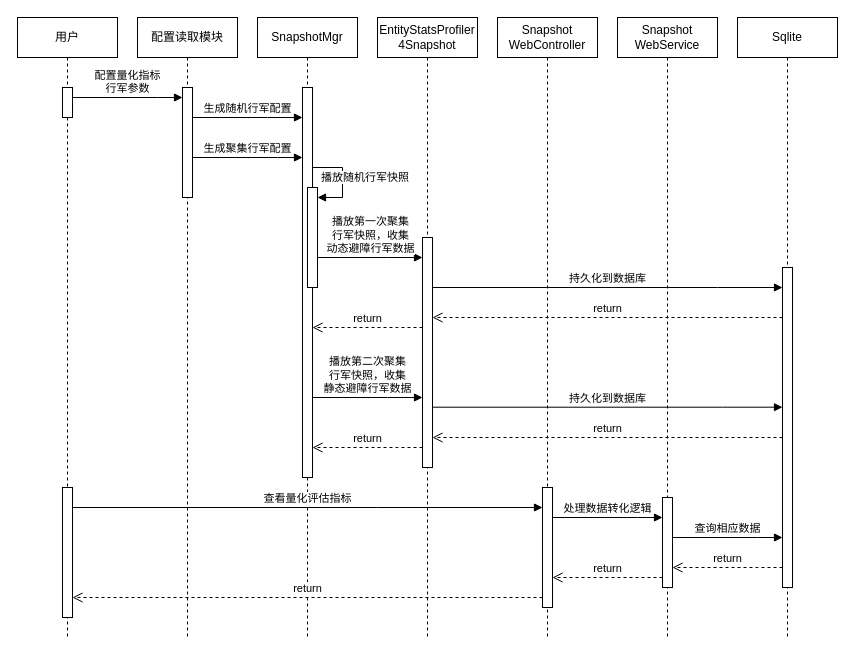
Before: 量化评估时序图.drawio in Carol9s/Drawing, a draw.io diagram. Source tidied: cells renumbered, new cells numbered last; positions are measured from the earlier drawing's top-left corner, leaving out a move shared by most shapes. Both pictures are drawn from the tidied source at 100%, with x=0, y=0 at pixel (17, 17).
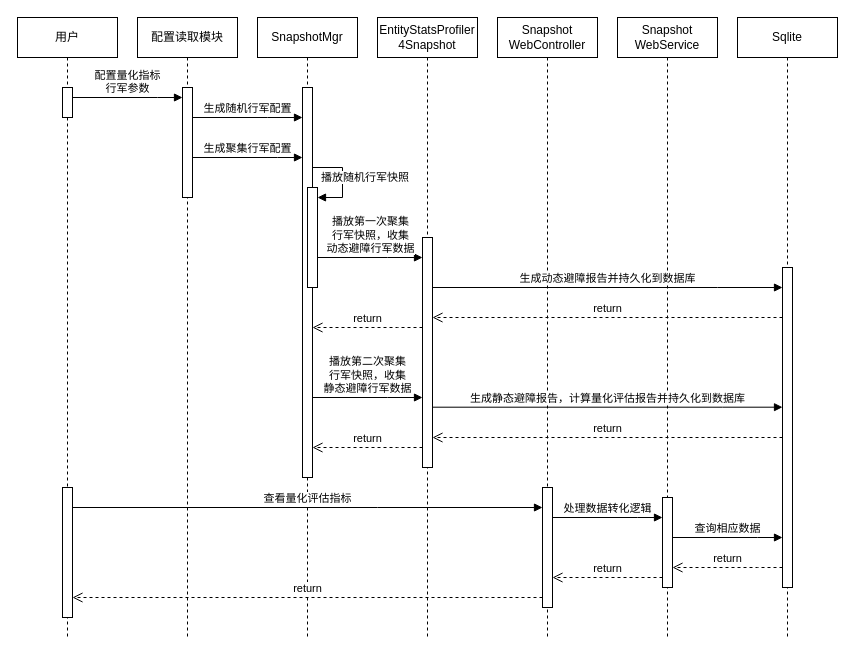
The same diagram, later.

Commit message (it also covers changes not shown here):
更新量化评估时序图.drawio

Unchanged cells that the change refers to:
```xml
<mxCell id="8" style="html=1;points=[];perimeter=orthogonalPerimeter;outlineConnect=0;targetShapes=umlLifeline;portConstraint=eastwest;newEdgeStyle={&quot;edgeStyle&quot;:&quot;elbowEdgeStyle&quot;,&quot;elbow&quot;:&quot;vertical&quot;,&quot;curved&quot;:0,&quot;rounded&quot;:0};" parent="7" vertex="1">
  <mxGeometry x="45" y="250" width="10" height="320" as="geometry" />
</mxCell>
<mxCell id="17" style="html=1;points=[];perimeter=orthogonalPerimeter;outlineConnect=0;targetShapes=umlLifeline;portConstraint=eastwest;newEdgeStyle={&quot;edgeStyle&quot;:&quot;elbowEdgeStyle&quot;,&quot;elbow&quot;:&quot;vertical&quot;,&quot;curved&quot;:0,&quot;rounded&quot;:0};" parent="16" vertex="1">
  <mxGeometry x="45" y="220" width="10" height="230" as="geometry" />
</mxCell>
```

Change to the diagram source:
```diff
@@
-    <mxCell id="23" value="持久化到数据库" style="html=1;verticalAlign=bottom;endArrow=block;edgeStyle=elbowEdgeStyle;elbow=vertical;curved=0;rounded=0;" parent="1" edge="1" source="17" target="8">
+    <mxCell id="23" value="生成动态避障报告并持久化到数据库" style="html=1;verticalAlign=bottom;endArrow=block;edgeStyle=elbowEdgeStyle;elbow=vertical;curved=0;rounded=0;" parent="1" edge="1" source="17" target="8">
       <mxGeometry relative="1" as="geometry">
         <Array as="points">
           <mxPoint x="700" y="270" />
           <mxPoint x="490" y="280" />
         </Array>
       </mxGeometry>
     </mxCell>
@@
-    <mxCell id="26" value="持久化到数据库" style="html=1;verticalAlign=bottom;endArrow=block;edgeStyle=elbowEdgeStyle;elbow=vertical;curved=0;rounded=0;" parent="1" edge="1">
+    <mxCell id="26" value="生成静态避障报告，计算量化评估报告并持久化到数据库" style="html=1;verticalAlign=bottom;endArrow=block;edgeStyle=elbowEdgeStyle;elbow=vertical;curved=0;rounded=0;" parent="1" edge="1">
       <mxGeometry relative="1" as="geometry">
         <mxPoint x="415" y="389.7" as="sourcePoint" />
         <mxPoint x="765" y="389.7" as="targetPoint" />
         <Array as="points">
           <mxPoint x="705" y="389.7" />
           <mxPoint x="495" y="399.7" />
         </Array>
       </mxGeometry>
     </mxCell>
```
